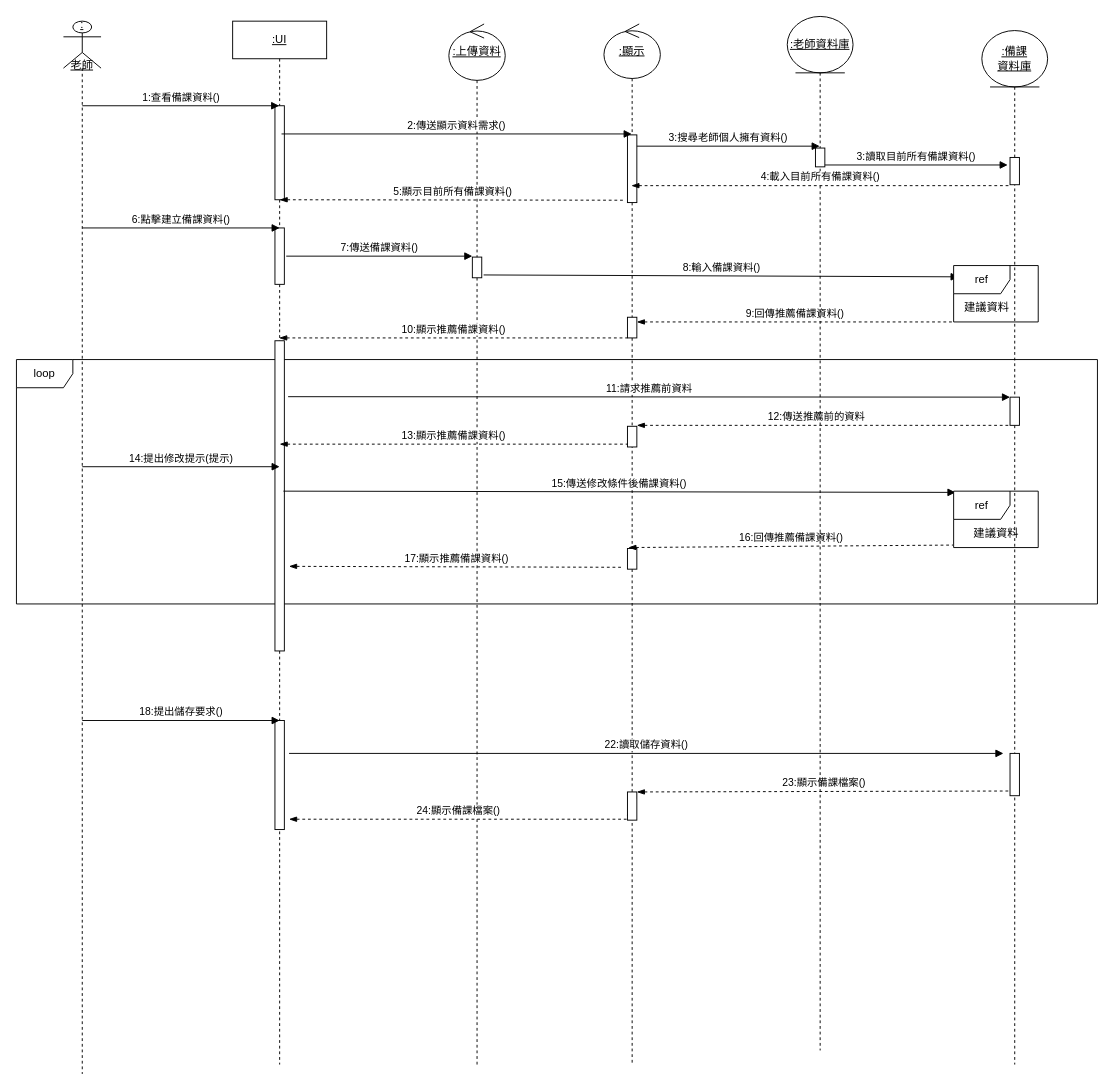
Before: 循序圖(建立備課資料-AC)-new.drawio in Kevincheng0804/System-analysis, a draw.io diagram. Source tidied: cells renumbered, new cells numbered last; positions are measured from the earlier drawing's top-left corner, leaving out a move shared by most shapes. Both pictures are drawn from the tidied source at 94%, with x=0, y=0 at pixel (16, 16).
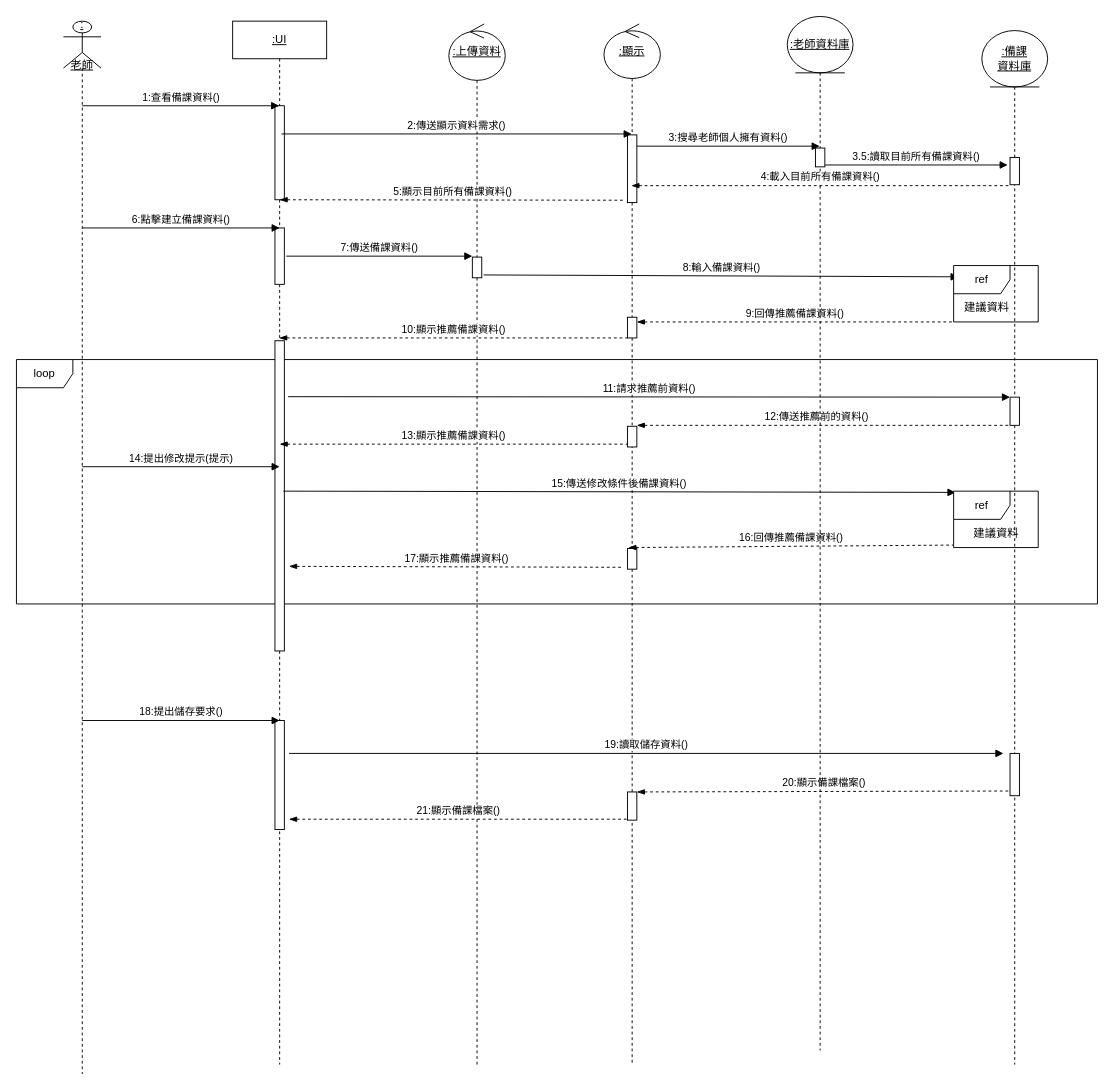
The same page after the edit.

Commit message:
更新循序圖(建立備課資料-AC)-new.drawio

The change refers to these unchanged cells:
```xml
<mxCell id="18" style="html=1;points=[[0,0,0,0,5],[0,1,0,0,-5],[1,0,0,0,5],[1,1,0,0,-5]];perimeter=orthogonalPerimeter;outlineConnect=0;targetShapes=umlLifeline;portConstraint=eastwest;newEdgeStyle={&quot;curved&quot;:0,&quot;rounded&quot;:0};" parent="16" vertex="1">
  <mxGeometry x="30" y="769" width="10" height="45" as="geometry" />
</mxCell>
<mxCell id="19" style="html=1;points=[[0,0,0,0,5],[0,1,0,0,-5],[1,0,0,0,5],[1,1,0,0,-5]];perimeter=orthogonalPerimeter;outlineConnect=0;targetShapes=umlLifeline;portConstraint=eastwest;newEdgeStyle={&quot;curved&quot;:0,&quot;rounded&quot;:0};" parent="16" vertex="1">
  <mxGeometry x="30" y="390" width="10" height="30" as="geometry" />
</mxCell>
<mxCell id="49" style="html=1;points=[[0,0,0,0,5],[0,1,0,0,-5],[1,0,0,0,5],[1,1,0,0,-5]];perimeter=orthogonalPerimeter;outlineConnect=0;targetShapes=umlLifeline;portConstraint=eastwest;newEdgeStyle={&quot;curved&quot;:0,&quot;rounded&quot;:0};" parent="1" vertex="1">
  <mxGeometry x="650" y="825" width="10" height="30" as="geometry" />
</mxCell>
```

The edit, as a diff of the source:
```diff
@@
-    <mxCell id="31" value="11:請求推薦前資料" style="html=1;verticalAlign=bottom;endArrow=block;curved=0;rounded=0;" parent="1" edge="1" target="19">
+    <mxCell id="31" value="11:請求推薦前資料()" style="html=1;verticalAlign=bottom;endArrow=block;curved=0;rounded=0;" parent="1" edge="1" target="19">
       <mxGeometry relative="1" as="geometry">
         <mxPoint x="289" y="404.5" as="sourcePoint" />
       </mxGeometry>
     </mxCell>
-    <mxCell id="32" value="12:傳送推薦前的資料" style="html=1;verticalAlign=bottom;endArrow=none;curved=0;rounded=0;dashed=1;startArrow=blockThin;startFill=1;endFill=0;" parent="1" edge="1" target="19">
+    <mxCell id="32" value="12:傳送推薦前的資料()" style="html=1;verticalAlign=bottom;endArrow=none;curved=0;rounded=0;dashed=1;startArrow=blockThin;startFill=1;endFill=0;" parent="1" edge="1" target="19">
       <mxGeometry x="-0.04" relative="1" as="geometry">
         <mxPoint x="660" y="435" as="sourcePoint" />
       </mxGeometry>
     </mxCell>
@@
-    <mxCell id="41" value="22:讀取儲存資料()" style="html=1;verticalAlign=bottom;endArrow=block;curved=0;rounded=0;" parent="1" edge="1">
+    <mxCell id="41" value="19:讀取儲存資料()" style="html=1;verticalAlign=bottom;endArrow=block;curved=0;rounded=0;" parent="1" edge="1">
       <mxGeometry relative="1" as="geometry">
         <mxPoint x="290" y="784" as="sourcePoint" />
         <mxPoint x="1050" y="784" as="targetPoint" />
       </mxGeometry>
     </mxCell>
-    <mxCell id="42" value="23:顯示備課檔案()" style="html=1;verticalAlign=bottom;endArrow=none;curved=0;rounded=0;dashed=1;startArrow=blockThin;startFill=1;endFill=0;entryX=0;entryY=1;entryDx=0;entryDy=-5;entryPerimeter=0;" parent="1" edge="1" source="49" target="18">
+    <mxCell id="42" value="20:顯示備課檔案()" style="html=1;verticalAlign=bottom;endArrow=none;curved=0;rounded=0;dashed=1;startArrow=blockThin;startFill=1;endFill=0;entryX=0;entryY=1;entryDx=0;entryDy=-5;entryPerimeter=0;" parent="1" edge="1" source="49" target="18">
       <mxGeometry relative="1" as="geometry" />
     </mxCell>
-    <mxCell id="43" value="24:顯示備課檔案()" style="html=1;verticalAlign=bottom;endArrow=none;curved=0;rounded=0;dashed=1;startArrow=blockThin;startFill=1;endFill=0;entryX=0;entryY=1;entryDx=0;entryDy=-5;entryPerimeter=0;" parent="1" edge="1">
+    <mxCell id="43" value="21:顯示備課檔案()" style="html=1;verticalAlign=bottom;endArrow=none;curved=0;rounded=0;dashed=1;startArrow=blockThin;startFill=1;endFill=0;entryX=0;entryY=1;entryDx=0;entryDy=-5;entryPerimeter=0;" parent="1" edge="1">
       <mxGeometry relative="1" as="geometry">
         <mxPoint x="290" y="854" as="sourcePoint" />
         <mxPoint x="650" y="854" as="targetPoint" />
       </mxGeometry>
     </mxCell>
@@
-    <mxCell id="46" value="3:讀取目前所有備課資料()" style="html=1;verticalAlign=bottom;endArrow=block;curved=0;rounded=0;" parent="1" edge="1">
+    <mxCell id="46" value="3.5:讀取目前所有備課資料()" style="html=1;verticalAlign=bottom;endArrow=block;curved=0;rounded=0;" parent="1" edge="1">
       <mxGeometry relative="1" as="geometry">
         <mxPoint x="860" y="158" as="sourcePoint" />
         <mxPoint x="1054.5" y="158" as="targetPoint" />
       </mxGeometry>
     </mxCell>
```
